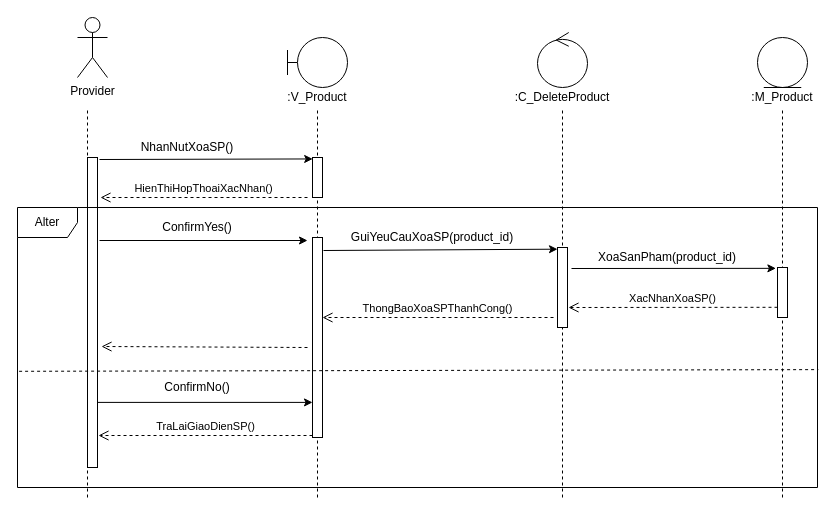
hoangminh15/PTTKHT keeps this draw.io diagram as Sequence/Duy's Sequences/XoaSanPham.drawio. Above is the earlier version. Source tidied: cells renumbered, new cells numbered last; positions are measured from the earlier drawing's top-left corner, leaving out a move shared by most shapes. Both pictures are drawn from the tidied source at 100%, with x=0, y=0 at pixel (17, 17).
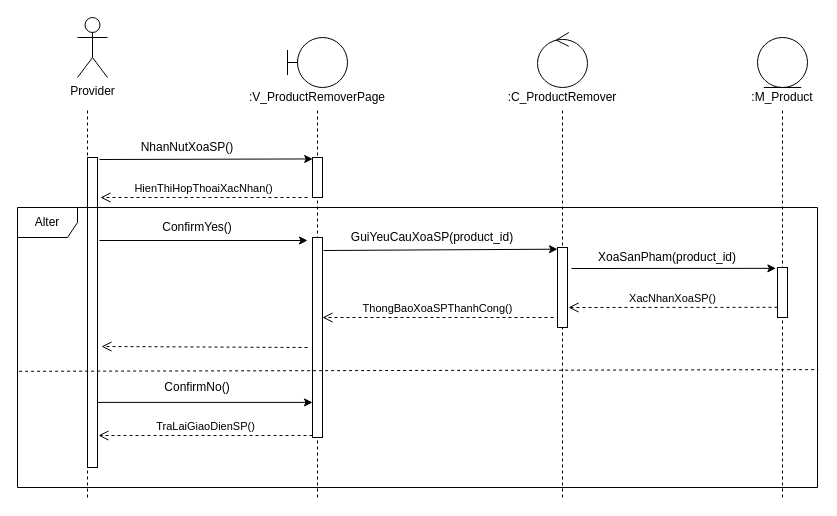
After the change.

The edit, as a diff of the source:
```diff
@@
-    <mxCell id="7" value=":C_DeleteProduct" style="text;html=1;strokeColor=none;fillColor=none;align=center;verticalAlign=middle;whiteSpace=wrap;rounded=0;" parent="1" vertex="1">
+    <mxCell id="7" value=":C_ProductRemover" style="text;html=1;strokeColor=none;fillColor=none;align=center;verticalAlign=middle;whiteSpace=wrap;rounded=0;" parent="1" vertex="1">
       <mxGeometry x="525" y="70" width="40" height="20" as="geometry" />
     </mxCell>
-    <mxCell id="8" value=":V_Product" style="text;html=1;strokeColor=none;fillColor=none;align=center;verticalAlign=middle;whiteSpace=wrap;rounded=0;" parent="1" vertex="1">
+    <mxCell id="8" value=":V_ProductRemoverPage" style="text;html=1;strokeColor=none;fillColor=none;align=center;verticalAlign=middle;whiteSpace=wrap;rounded=0;" parent="1" vertex="1">
       <mxGeometry x="280" y="70" width="40" height="20" as="geometry" />
     </mxCell>
```
